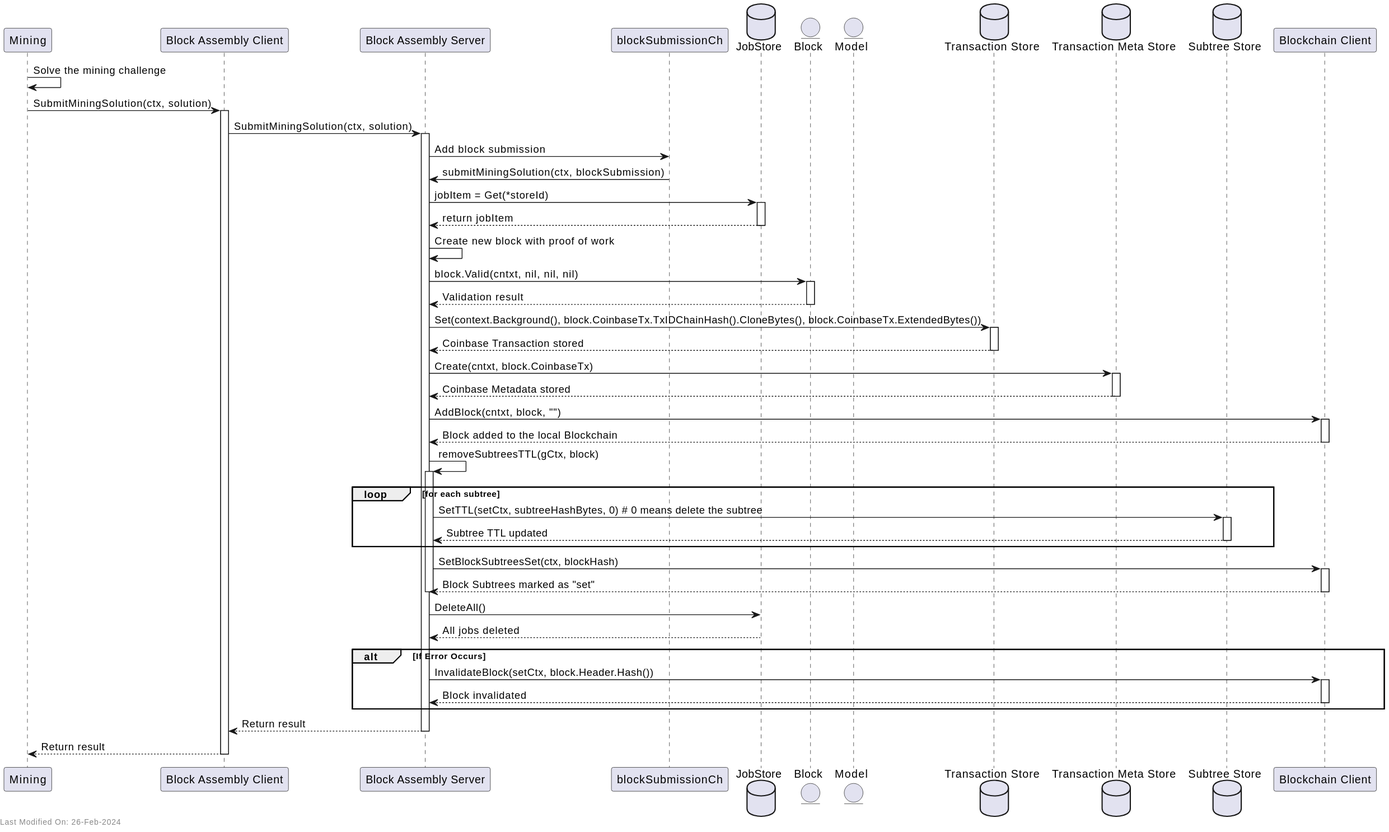
Before: docs/services/img/plantuml/blockassembly/block_assembly_submit_mining_solution.svg, a diagram exported from PlantUML (freemans13/teranode). The source it was exported from:
```plantuml
@startuml
participant "Mining" as Miner
participant "Block Assembly Client" as Client
participant "Block Assembly Server" as Server
participant "blockSubmissionCh" as SubmissionCh
database "JobStore" as JobStore
entity "Block" as Block
entity "Model" as Model
database "Transaction Store" as TxStore
database "Transaction Meta Store" as TxMetaStore
database "Subtree Store" as SubtreeStore
participant "Blockchain Client" as BlockchainClient

Miner -> Miner : Solve the mining challenge

Miner -> Client : SubmitMiningSolution(ctx, solution)
activate Client

Client -> Server : SubmitMiningSolution(ctx, solution)
activate Server

Server -> SubmissionCh : Add block submission
SubmissionCh -> Server : submitMiningSolution(ctx, blockSubmission)

Server -> JobStore : jobItem = Get(*storeId)
activate JobStore
JobStore --> Server : return jobItem
deactivate JobStore

Server -> Server : Create new block with proof of work
Server -> Block : block.Valid(cntxt, nil, nil, nil)
activate Block
Block --> Server : Validation result
deactivate Block

Server -> TxStore : Set(context.Background(), block.CoinbaseTx.TxIDChainHash().CloneBytes(), block.CoinbaseTx.ExtendedBytes())
activate TxStore
TxStore --> Server : Coinbase Transaction stored
deactivate TxStore

Server -> TxMetaStore : Create(cntxt, block.CoinbaseTx)
activate TxMetaStore
TxMetaStore --> Server : Coinbase Metadata stored
deactivate TxMetaStore

Server -> BlockchainClient : AddBlock(cntxt, block, "")
activate BlockchainClient
BlockchainClient --> Server : Block added to the local Blockchain
deactivate BlockchainClient

Server -> Server : removeSubtreesTTL(gCtx, block)
activate Server
loop for each subtree
    Server -> SubtreeStore : SetTTL(setCtx, subtreeHashBytes, 0) # 0 means delete the subtree
    activate SubtreeStore
    SubtreeStore --> Server : Subtree TTL updated
    deactivate SubtreeStore
end

Server -> BlockchainClient : SetBlockSubtreesSet(ctx, blockHash)
activate BlockchainClient
BlockchainClient --> Server : Block Subtrees marked as "set"
deactivate BlockchainClient

deactivate Server



Server -> JobStore : DeleteAll()
JobStore --> Server : All jobs deleted

alt If Error Occurs
    Server -> BlockchainClient : InvalidateBlock(setCtx, block.Header.Hash())
    activate BlockchainClient
    BlockchainClient --> Server : Block invalidated
    deactivate BlockchainClient
end

Server --> Client : Return result
deactivate Server
Client --> Miner : Return result
deactivate Client

left footer Last Modified On: 26-Feb-2024
@enduml
```
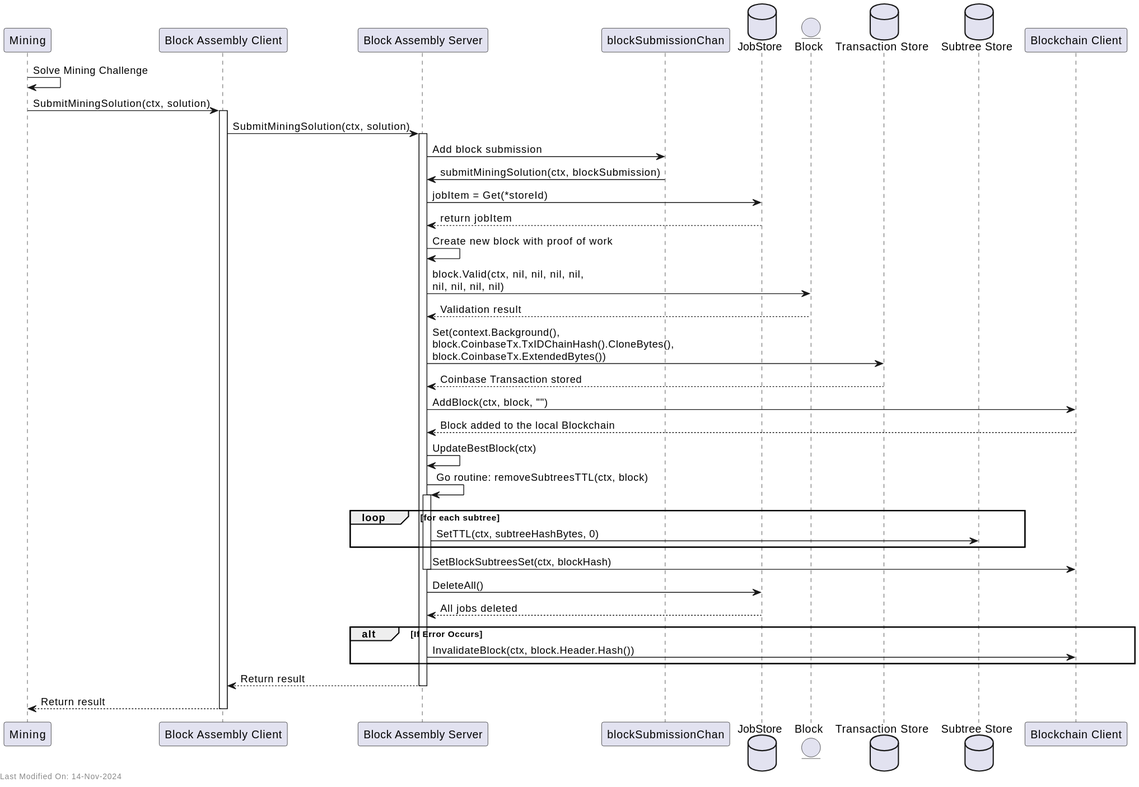
Later version of the same file.

Commit message:
Documentation - restructure Block Assembly documentation for better separation of design and reference documents #1399

Diff of the diagram source:
```diff
@@ -2,17 +2,14 @@
 participant "Mining" as Miner
 participant "Block Assembly Client" as Client
 participant "Block Assembly Server" as Server
-participant "blockSubmissionCh" as SubmissionCh
+participant "blockSubmissionChan" as SubmissionCh
 database "JobStore" as JobStore
 entity "Block" as Block
-entity "Model" as Model
 database "Transaction Store" as TxStore
-database "Transaction Meta Store" as TxMetaStore
 database "Subtree Store" as SubtreeStore
 participant "Blockchain Client" as BlockchainClient
 
-Miner -> Miner : Solve the mining challenge
-
+Miner -> Miner: Solve Mining Challenge
 Miner -> Client : SubmitMiningSolution(ctx, solution)
 activate Client
 
@@ -23,57 +20,33 @@
 SubmissionCh -> Server : submitMiningSolution(ctx, blockSubmission)
 
 Server -> JobStore : jobItem = Get(*storeId)
-activate JobStore
 JobStore --> Server : return jobItem
-deactivate JobStore
 
 Server -> Server : Create new block with proof of work
-Server -> Block : block.Valid(cntxt, nil, nil, nil)
-activate Block
+Server -> Block : block.Valid(ctx, nil, nil, nil, nil, \nnil, nil, nil, nil)
 Block --> Server : Validation result
-deactivate Block
 
-Server -> TxStore : Set(context.Background(), block.CoinbaseTx.TxIDChainHash().CloneBytes(), block.CoinbaseTx.ExtendedBytes())
-activate TxStore
+Server -> TxStore : Set(context.Background(), \nblock.CoinbaseTx.TxIDChainHash().CloneBytes(), \nblock.CoinbaseTx.ExtendedBytes())
 TxStore --> Server : Coinbase Transaction stored
-deactivate TxStore
 
-Server -> TxMetaStore : Create(cntxt, block.CoinbaseTx)
-activate TxMetaStore
-TxMetaStore --> Server : Coinbase Metadata stored
-deactivate TxMetaStore
+Server -> BlockchainClient : AddBlock(ctx, block, "")
+BlockchainClient --> Server : Block added to the local Blockchain
 
-Server -> BlockchainClient : AddBlock(cntxt, block, "")
-activate BlockchainClient
-BlockchainClient --> Server : Block added to the local Blockchain
-deactivate BlockchainClient
+Server -> Server : UpdateBestBlock(ctx)
 
-Server -> Server : removeSubtreesTTL(gCtx, block)
+Server -> Server : Go routine: removeSubtreesTTL(ctx, block)
 activate Server
 loop for each subtree
-    Server -> SubtreeStore : SetTTL(setCtx, subtreeHashBytes, 0) # 0 means delete the subtree
-    activate SubtreeStore
-    SubtreeStore --> Server : Subtree TTL updated
-    deactivate SubtreeStore
+    Server -> SubtreeStore : SetTTL(ctx, subtreeHashBytes, 0)
 end
-
 Server -> BlockchainClient : SetBlockSubtreesSet(ctx, blockHash)
-activate BlockchainClient
-BlockchainClient --> Server : Block Subtrees marked as "set"
-deactivate BlockchainClient
-
 deactivate Server
-
-
 
 Server -> JobStore : DeleteAll()
 JobStore --> Server : All jobs deleted
 
 alt If Error Occurs
-    Server -> BlockchainClient : InvalidateBlock(setCtx, block.Header.Hash())
-    activate BlockchainClient
-    BlockchainClient --> Server : Block invalidated
-    deactivate BlockchainClient
+    Server -> BlockchainClient : InvalidateBlock(ctx, block.Header.Hash())
 end
 
 Server --> Client : Return result
@@ -81,5 +54,5 @@
 Client --> Miner : Return result
 deactivate Client
 
-left footer Last Modified On: 26-Feb-2024
+left footer Last Modified On: %date("dd-MMM-yyyy")
 @enduml
```
